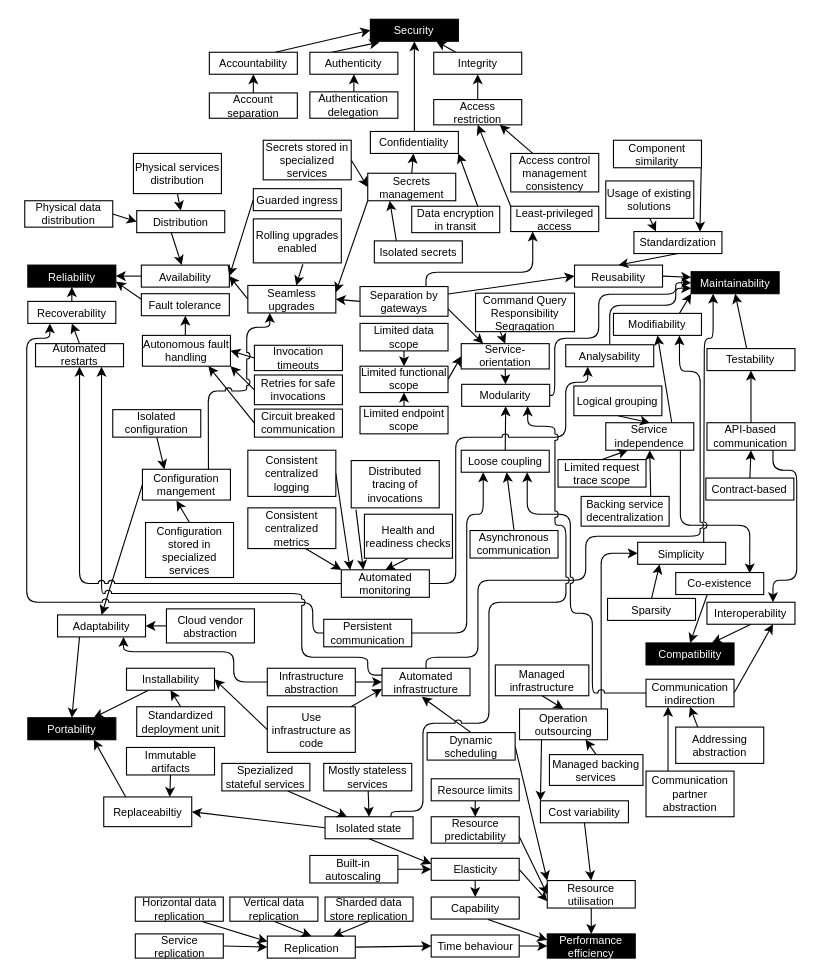
Above: E4_final_quality_model_starform.drawio in r0light/cna-quality-model (draw.io), before the change. Source tidied: cells renumbered, new cells numbered last; positions are measured from the earlier drawing's top-left corner, leaving out a move shared by most shapes. Both pictures are drawn from the tidied source at 110%, with x=0, y=0 at pixel (24, 19).
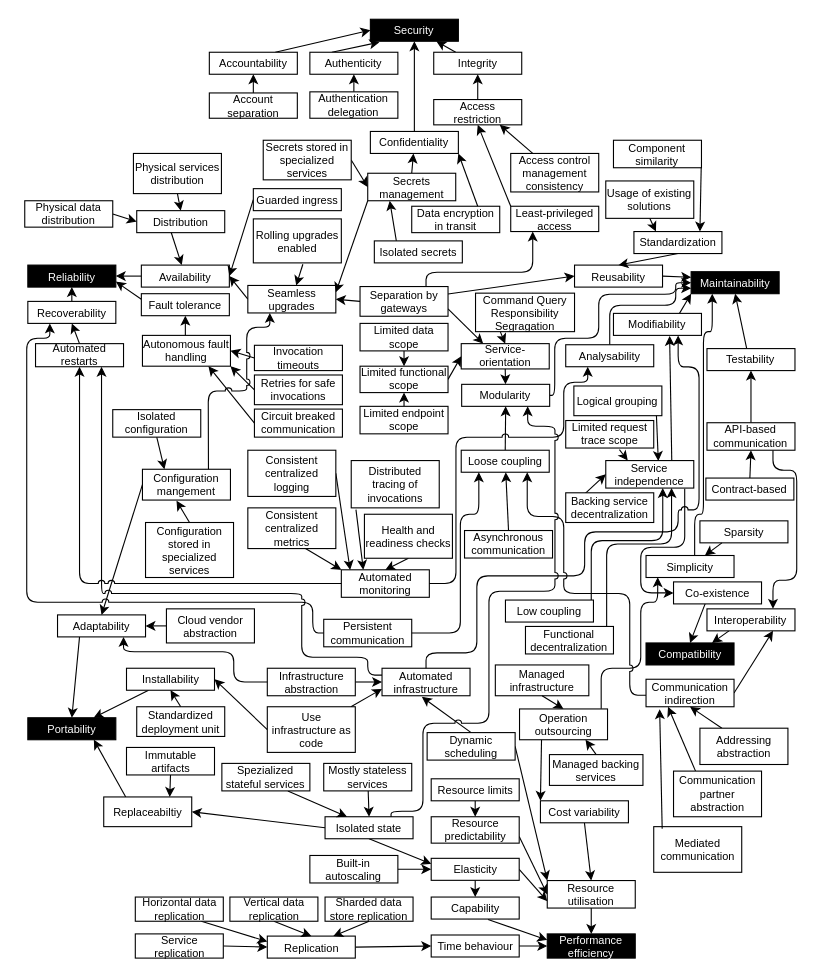
The same page after the edit.

The change refers to these unchanged cells:
```xml
<mxCell id="2" value="Maintainability" style="rounded=0;whiteSpace=wrap;html=1;fontSize=10;fillColor=#000000;fontColor=#FFFFFF;" parent="1" vertex="1">
  <mxGeometry x="605.8" y="229.5" width="80" height="20" as="geometry" />
</mxCell>
<mxCell id="5" value="Compatibility" style="rounded=0;whiteSpace=wrap;html=1;fontSize=10;fontColor=#FFFFFF;fillColor=#000000;" parent="1" vertex="1">
  <mxGeometry x="564.8" y="567" width="80" height="20" as="geometry" />
</mxCell>
<mxCell id="12" value="Modularity" style="rounded=0;whiteSpace=wrap;html=1;fontSize=10;" parent="1" vertex="1">
  <mxGeometry x="397.2" y="331.9" width="80" height="20" as="geometry" />
</mxCell>
<mxCell id="16" value="Analysability" style="rounded=0;whiteSpace=wrap;html=1;fontSize=10;" parent="1" vertex="1">
  <mxGeometry x="491.8" y="295.9" width="80" height="20" as="geometry" />
</mxCell>
<mxCell id="22" value="Modifiability" style="rounded=0;whiteSpace=wrap;html=1;fontSize=10;" parent="1" vertex="1">
  <mxGeometry x="535.2" y="267.4" width="80" height="20" as="geometry" />
</mxCell>
<mxCell id="43" value="Isolated state" style="rounded=0;whiteSpace=wrap;html=1;fontSize=10;" parent="1" vertex="1">
  <mxGeometry x="273" y="725" width="80" height="20" as="geometry" />
</mxCell>
<mxCell id="45" value="Loose coupling" style="rounded=0;whiteSpace=wrap;html=1;fontSize=10;" parent="1" vertex="1">
  <mxGeometry x="396.8" y="391.8" width="80" height="20" as="geometry" />
</mxCell>
<mxCell id="53" value="Automated monitoring" style="rounded=0;whiteSpace=wrap;html=1;fontSize=10;" parent="1" vertex="1">
  <mxGeometry x="287.8" y="500.5" width="80" height="25" as="geometry" />
</mxCell>
<mxCell id="54" value="Automated infrastructure" style="rounded=0;whiteSpace=wrap;html=1;fontSize=10;" parent="1" vertex="1">
  <mxGeometry x="324.8" y="590" width="80" height="25" as="geometry" />
</mxCell>
<mxCell id="85" value="Communication indirection" style="rounded=0;whiteSpace=wrap;html=1;fontSize=10;" parent="1" vertex="1">
  <mxGeometry x="564.8" y="600" width="80" height="25" as="geometry" />
</mxCell>
<mxCell id="102" value="Operation outsourcing" style="rounded=0;whiteSpace=wrap;html=1;fontSize=10;" parent="1" vertex="1">
  <mxGeometry x="449.8" y="627" width="80" height="28" as="geometry" />
</mxCell>
<mxCell id="133" value="Logical grouping" style="rounded=0;whiteSpace=wrap;html=1;fontSize=10;" parent="1" vertex="1">
  <mxGeometry x="499.2" y="333.4" width="80" height="27" as="geometry" />
</mxCell>
<mxCell id="173" value="Persistent communication" style="rounded=0;whiteSpace=wrap;html=1;fontSize=10;" parent="1" vertex="1">
  <mxGeometry x="271.8" y="545.5" width="80" height="25" as="geometry" />
</mxCell>
```

What changed in the source:
```diff
@@
     <mxCell id="36" value="Co-existence" style="rounded=0;whiteSpace=wrap;html=1;fontSize=10;" parent="1" vertex="1">
-      <mxGeometry x="591.8" y="503" width="80" height="20" as="geometry" />
+      <mxGeometry x="589.8" y="511.5" width="80" height="20" as="geometry" />
     </mxCell>
-    <mxCell id="37" style="edgeStyle=none;rounded=0;jettySize=auto;html=1;exitX=0.5;exitY=1;exitDx=0;exitDy=0;entryX=0.75;entryY=0;entryDx=0;entryDy=0;" parent="1" edge="1" source="38" target="5">
+    <mxCell id="37" style="edgeStyle=none;rounded=0;jettySize=auto;html=1;exitX=0.25;exitY=1;exitDx=0;exitDy=0;entryX=0.75;entryY=0;entryDx=0;entryDy=0;" parent="1" edge="1" source="38" target="5">
       <mxGeometry relative="1" as="geometry" />
     </mxCell>
     <mxCell id="38" value="Interoperability" style="rounded=0;whiteSpace=wrap;html=1;fontSize=10;" parent="1" vertex="1">
-      <mxGeometry x="620.2" y="530" width="80" height="20" as="geometry" />
+      <mxGeometry x="620.2" y="536" width="80" height="20" as="geometry" />
     </mxCell>
@@
-    <mxCell id="55" style="edgeStyle=none;rounded=0;jettySize=auto;html=1;exitX=0.75;exitY=0;exitDx=0;exitDy=0;entryX=0.5;entryY=1;entryDx=0;entryDy=0;" parent="1" edge="1" source="57" target="22">
+    <mxCell id="55" style="edgeStyle=none;rounded=0;jettySize=auto;html=1;exitX=0.75;exitY=0;exitDx=0;exitDy=0;entryX=0.638;entryY=1.023;entryDx=0;entryDy=0;entryPerimeter=0;" parent="1" edge="1" source="57" target="22">
       <mxGeometry relative="1" as="geometry" />
     </mxCell>
-    <mxCell id="56" style="edgeStyle=orthogonalEdgeStyle;rounded=1;jettySize=auto;html=1;exitX=0.848;exitY=0.974;exitDx=0;exitDy=0;entryX=0.841;entryY=0.036;entryDx=0;entryDy=0;exitPerimeter=0;entryPerimeter=0;" parent="1" edge="1" source="57" target="36">
+    <mxCell id="56" style="edgeStyle=orthogonalEdgeStyle;rounded=1;jettySize=auto;html=1;exitX=0.897;exitY=1.027;exitDx=0;exitDy=0;entryX=0;entryY=0.5;entryDx=0;entryDy=0;exitPerimeter=0;" parent="1" edge="1" source="57" target="36">
       <mxGeometry relative="1" as="geometry">
         <Array as="points">
-          <mxPoint x="595.8" y="460" />
-          <mxPoint x="658.8" y="460" />
-          <mxPoint x="658.8" y="504" />
+          <mxPoint x="600" y="480" />
+          <mxPoint x="560" y="480" />
+          <mxPoint x="560" y="522" />
         </Array>
       </mxGeometry>
     </mxCell>
     <mxCell id="57" value="Service independence" style="rounded=0;whiteSpace=wrap;html=1;fontSize=10;" parent="1" vertex="1">
-      <mxGeometry x="528.2" y="366.8" width="80" height="25" as="geometry" />
+      <mxGeometry x="528.2" y="401.2" width="80" height="25" as="geometry" />
     </mxCell>
@@
     <mxCell id="99" value="Simplicity" style="rounded=0;whiteSpace=wrap;html=1;fontSize=10;" parent="1" vertex="1">
-      <mxGeometry x="557.2" y="475.5" width="80" height="20" as="geometry" />
+      <mxGeometry x="564.8" y="487.5" width="80" height="20" as="geometry" />
     </mxCell>
@@
-    <mxCell id="101" style="edgeStyle=orthogonalEdgeStyle;jettySize=auto;html=1;exitX=0.928;exitY=-0.01;exitDx=0;exitDy=0;entryX=0;entryY=0.5;entryDx=0;entryDy=0;rounded=1;exitPerimeter=0;" parent="1" edge="1" source="102" target="99">
+    <mxCell id="101" style="edgeStyle=orthogonalEdgeStyle;jettySize=auto;html=1;exitX=0.928;exitY=-0.01;exitDx=0;exitDy=0;entryX=0.133;entryY=0.989;entryDx=0;entryDy=0;rounded=1;exitPerimeter=0;entryPerimeter=0;" parent="1" edge="1" source="102" target="99">
       <mxGeometry relative="1" as="geometry">
         <Array as="points">
-          <mxPoint x="524" y="486" />
-          <mxPoint x="557" y="486" />
+          <mxPoint x="524" y="590" />
+          <mxPoint x="560" y="590" />
+          <mxPoint x="560" y="530" />
+          <mxPoint x="575" y="530" />
+          <mxPoint x="575" y="507" />
         </Array>
       </mxGeometry>
     </mxCell>
@@
     <mxCell id="117" value="Asynchronous communication" style="rounded=0;whiteSpace=wrap;html=1;fontSize=10;" parent="1" vertex="1">
-      <mxGeometry x="404.8" y="464.8" width="80" height="25" as="geometry" />
+      <mxGeometry x="399.8" y="464.8" width="80" height="25" as="geometry" />
     </mxCell>
@@
-    <mxCell id="132" style="edgeStyle=none;rounded=0;jettySize=auto;html=1;exitX=0.5;exitY=1;exitDx=0;exitDy=0;entryX=0.5;entryY=0;entryDx=0;entryDy=0;" parent="1" edge="1" source="133" target="57">
+    <mxCell id="132" style="edgeStyle=none;rounded=0;jettySize=auto;html=1;exitX=0.938;exitY=0.98;exitDx=0;exitDy=0;entryX=0.597;entryY=0.013;entryDx=0;entryDy=0;exitPerimeter=0;entryPerimeter=0;" parent="1" edge="1" source="133" target="57">
       <mxGeometry relative="1" as="geometry" />
     </mxCell>
@@
-    <mxCell id="134" style="edgeStyle=none;rounded=0;jettySize=auto;html=1;exitX=0.791;exitY=0.009;exitDx=0;exitDy=0;entryX=0.5;entryY=1;entryDx=0;entryDy=0;exitPerimeter=0;" parent="1" edge="1" source="135" target="57">
+    <mxCell id="134" style="edgeStyle=none;rounded=0;jettySize=auto;html=1;exitX=0.21;exitY=0.05;exitDx=0;exitDy=0;entryX=0;entryY=0.5;entryDx=0;entryDy=0;exitPerimeter=0;" parent="1" edge="1" source="135" target="57">
       <mxGeometry relative="1" as="geometry" />
     </mxCell>
     <mxCell id="135" value="Backing service decentralization" style="rounded=0;whiteSpace=wrap;html=1;fontSize=10;" parent="1" vertex="1">
-      <mxGeometry x="505.8" y="433.8" width="80" height="27" as="geometry" />
+      <mxGeometry x="491.8" y="430.5" width="80" height="27" as="geometry" />
     </mxCell>
@@
     <mxCell id="166" value="Addressing abstraction" style="rounded=0;whiteSpace=wrap;html=1;fontSize=10;" parent="1" vertex="1">
-      <mxGeometry x="591.8" y="643.5" width="80" height="33" as="geometry" />
+      <mxGeometry x="613.8" y="644.5" width="80" height="33" as="geometry" />
     </mxCell>
@@
     <mxCell id="168" value="Communication partner abstraction" style="rounded=0;whiteSpace=wrap;html=1;fontSize=10;" parent="1" vertex="1">
-      <mxGeometry x="564.8" y="683.5" width="80" height="41.5" as="geometry" />
+      <mxGeometry x="589.8" y="683.5" width="80" height="41.5" as="geometry" />
     </mxCell>
@@
-    <mxCell id="174" style="edgeStyle=none;rounded=0;jettySize=auto;html=1;exitX=0.5;exitY=0;exitDx=0;exitDy=0;entryX=0.25;entryY=1;entryDx=0;entryDy=0;" parent="1" edge="1" source="198" target="57">
+    <mxCell id="174" style="edgeStyle=none;rounded=0;jettySize=auto;html=1;exitX=0.61;exitY=1.061;exitDx=0;exitDy=0;entryX=0.25;entryY=0;entryDx=0;entryDy=0;exitPerimeter=0;" parent="1" edge="1" source="198" target="57">
       <mxGeometry relative="1" as="geometry" />
     </mxCell>
@@
     <mxCell id="198" value="Limited request trace scope" style="rounded=0;whiteSpace=wrap;html=1;fontSize=10;" parent="1" vertex="1">
-      <mxGeometry x="484.8" y="400.3" width="80" height="25" as="geometry" />
+      <mxGeometry x="491.8" y="364.8" width="80" height="25" as="geometry" />
     </mxCell>
@@
     <mxCell id="204" style="rounded=1;jettySize=auto;html=1;entryX=0.25;entryY=1;entryDx=0;entryDy=0;edgeStyle=orthogonalEdgeStyle;jumpStyle=arc;exitX=1;exitY=0.5;exitDx=0;exitDy=0;" parent="1" edge="1" source="53" target="16">
       <mxGeometry relative="1" as="geometry">
         <Array as="points">
-          <mxPoint x="391.8" y="513" />
-          <mxPoint x="391.8" y="380" />
-          <mxPoint x="491.8" y="380" />
-          <mxPoint x="491.8" y="330" />
-          <mxPoint x="511.8" y="330" />
+          <mxPoint x="392" y="513" />
+          <mxPoint x="392" y="380" />
+          <mxPoint x="490" y="380" />
+          <mxPoint x="490" y="330" />
+          <mxPoint x="512" y="330" />
         </Array>
       </mxGeometry>
     </mxCell>
-    <mxCell id="205" style="rounded=1;jettySize=auto;html=1;exitX=0.5;exitY=0;exitDx=0;exitDy=0;edgeStyle=orthogonalEdgeStyle;jumpStyle=arc;entryX=0.75;entryY=1;entryDx=0;entryDy=0;" parent="1" edge="1" source="54" target="22">
+    <mxCell id="205" style="rounded=1;jettySize=auto;html=1;edgeStyle=orthogonalEdgeStyle;jumpStyle=arc;" parent="1" edge="1" source="54" target="22">
       <mxGeometry relative="1" as="geometry">
         <Array as="points">
-          <mxPoint x="365" y="580" />
-          <mxPoint x="412" y="580" />
-          <mxPoint x="412" y="510" />
-          <mxPoint x="510" y="510" />
-          <mxPoint x="510" y="470" />
-          <mxPoint x="614" y="470" />
-          <mxPoint x="614" y="320" />
-          <mxPoint x="595" y="320" />
+          <mxPoint x="365" y="576" />
+          <mxPoint x="411" y="576" />
+          <mxPoint x="411" y="506" />
+          <mxPoint x="509" y="506" />
+          <mxPoint x="509" y="466" />
+          <mxPoint x="594" y="466" />
+          <mxPoint x="594" y="446" />
+          <mxPoint x="613" y="446" />
+          <mxPoint x="613" y="316" />
+          <mxPoint x="594" y="316" />
         </Array>
       </mxGeometry>
     </mxCell>
-    <mxCell id="206" style="edgeStyle=orthogonalEdgeStyle;rounded=1;jettySize=auto;html=1;entryX=0.75;entryY=1;entryDx=0;entryDy=0;jumpStyle=arc;exitX=0;exitY=0.5;exitDx=0;exitDy=0;" parent="1" edge="1" source="85" target="45">
+    <mxCell id="206" style="edgeStyle=orthogonalEdgeStyle;rounded=1;jettySize=auto;html=1;entryX=0.75;entryY=1;entryDx=0;entryDy=0;jumpStyle=arc;exitX=0;exitY=0.5;exitDx=0;exitDy=0;" parent="1" edge="1" target="45">
       <mxGeometry relative="1" as="geometry">
+        <mxPoint x="564.8" y="614.5" as="sourcePoint" />
         <Array as="points">
-          <mxPoint x="516" y="612" />
-          <mxPoint x="516" y="540" />
-          <mxPoint x="496" y="540" />
-          <mxPoint x="496" y="450" />
-          <mxPoint x="457" y="450" />
+          <mxPoint x="550" y="614" />
+          <mxPoint x="550" y="522" />
+          <mxPoint x="490" y="522" />
+          <mxPoint x="490" y="452" />
+          <mxPoint x="457" y="452" />
         </Array>
       </mxGeometry>
     </mxCell>
-    <mxCell id="207" style="edgeStyle=orthogonalEdgeStyle;rounded=1;jettySize=auto;html=1;exitX=0.75;exitY=0;exitDx=0;exitDy=0;entryX=0.25;entryY=1;entryDx=0;entryDy=0;startArrow=none;jumpStyle=arc;" parent="1" edge="1" source="99" target="2">
+    <mxCell id="207" style="edgeStyle=orthogonalEdgeStyle;rounded=1;jettySize=auto;html=1;startArrow=none;jumpStyle=arc;" parent="1" edge="1" source="99" target="2">
       <mxGeometry relative="1" as="geometry">
         <Array as="points">
-          <mxPoint x="617.8" y="450" />
-          <mxPoint x="617.8" y="450" />
-          <mxPoint x="617.8" y="290" />
-          <mxPoint x="625.8" y="290" />
+          <mxPoint x="609" y="450" />
+          <mxPoint x="617" y="450" />
+          <mxPoint x="617" y="284" />
+          <mxPoint x="625" y="284" />
         </Array>
       </mxGeometry>
     </mxCell>
     <mxCell id="208" style="edgeStyle=orthogonalEdgeStyle;rounded=1;jettySize=auto;html=1;exitX=0.75;exitY=0;exitDx=0;exitDy=0;jumpStyle=arc;entryX=0.75;entryY=1;entryDx=0;entryDy=0;" parent="1" edge="1" source="43" target="12">
       <mxGeometry relative="1" as="geometry">
         <Array as="points">
           <mxPoint x="333" y="720" />
           <mxPoint x="362" y="720" />
           <mxPoint x="362" y="640" />
           <mxPoint x="422" y="640" />
-          <mxPoint x="422" y="530" />
-          <mxPoint x="492" y="530" />
-          <mxPoint x="492" y="460" />
-          <mxPoint x="482" y="460" />
+          <mxPoint x="422" y="520" />
+          <mxPoint x="482" y="520" />
           <mxPoint x="482" y="370" />
           <mxPoint x="457" y="370" />
         </Array>
       </mxGeometry>
     </mxCell>
@@
-    <mxCell id="210" style="edgeStyle=orthogonalEdgeStyle;rounded=1;jettySize=auto;html=1;exitX=1;exitY=0.5;exitDx=0;exitDy=0;jumpStyle=arc;entryX=0.25;entryY=1;entryDx=0;entryDy=0;" parent="1" edge="1" source="173" target="45">
+    <mxCell id="210" style="edgeStyle=orthogonalEdgeStyle;rounded=1;jettySize=auto;html=1;jumpStyle=arc;entryX=0.25;entryY=1;entryDx=0;entryDy=0;exitX=1;exitY=0.5;exitDx=0;exitDy=0;" parent="1" edge="1" source="173">
       <mxGeometry relative="1" as="geometry">
+        <mxPoint x="412.8" y="411.8" as="targetPoint" />
         <Array as="points">
-          <mxPoint x="401.8" y="558" />
-          <mxPoint x="401.8" y="450" />
-          <mxPoint x="416.8" y="450" />
+          <mxPoint x="396" y="558" />
+          <mxPoint x="396" y="450" />
+          <mxPoint x="413" y="450" />
         </Array>
       </mxGeometry>
     </mxCell>
@@
     <mxCell id="213" value="Sparsity" style="rounded=0;whiteSpace=wrap;html=1;fontSize=10;" parent="1" vertex="1">
-      <mxGeometry x="529.8" y="526.5" width="80" height="20" as="geometry" />
+      <mxGeometry x="613.8" y="456" width="80" height="20" as="geometry" />
     </mxCell>
-    <mxCell id="214" style="edgeStyle=none;rounded=0;jettySize=auto;html=1;exitX=0.5;exitY=0;exitDx=0;exitDy=0;entryX=0.25;entryY=1;entryDx=0;entryDy=0;" parent="1" edge="1" source="213" target="99">
+    <mxCell id="214" style="edgeStyle=none;rounded=0;jettySize=auto;html=1;exitX=0.25;exitY=1;exitDx=0;exitDy=0;" parent="1" edge="1" source="213" target="99">
       <mxGeometry relative="1" as="geometry" />
     </mxCell>
@@
+    <mxCell id="216" style="edgeStyle=orthogonalEdgeStyle;rounded=1;jettySize=auto;html=1;" parent="1" edge="1" source="217" target="57">
+      <mxGeometry relative="1" as="geometry">
+        <Array as="points">
+          <mxPoint x="515" y="474" />
+          <mxPoint x="580" y="474" />
+        </Array>
+      </mxGeometry>
+    </mxCell>
+    <mxCell id="217" value="Low coupling" style="rounded=0;whiteSpace=wrap;html=1;fontSize=10;" parent="1" vertex="1">
+      <mxGeometry x="437" y="528" width="80" height="20" as="geometry" />
+    </mxCell>
+    <mxCell id="218" value="&lt;div&gt;Functional decentralization&lt;/div&gt;" style="rounded=0;whiteSpace=wrap;html=1;fontSize=10;" parent="1" vertex="1">
+      <mxGeometry x="455.2" y="552" width="80" height="25" as="geometry" />
+    </mxCell>
+    <mxCell id="219" style="edgeStyle=orthogonalEdgeStyle;rounded=1;jettySize=auto;html=1;" parent="1" edge="1" source="218" target="57">
+      <mxGeometry relative="1" as="geometry">
+        <Array as="points">
+          <mxPoint x="529" y="477" />
+          <mxPoint x="588" y="477" />
+        </Array>
+      </mxGeometry>
+    </mxCell>
+    <mxCell id="220" value="Mediated communication" style="rounded=0;whiteSpace=wrap;html=1;fontSize=10;" parent="1" vertex="1">
+      <mxGeometry x="571.8" y="734" width="80" height="41.5" as="geometry" />
+    </mxCell>
+    <mxCell id="221" style="edgeStyle=none;rounded=0;jettySize=auto;html=1;exitX=0.096;exitY=0.045;exitDx=0;exitDy=0;entryX=0.155;entryY=1.091;entryDx=0;entryDy=0;exitPerimeter=0;entryPerimeter=0;" parent="1" edge="1" source="220" target="85">
+      <mxGeometry relative="1" as="geometry" />
+    </mxCell>
```
